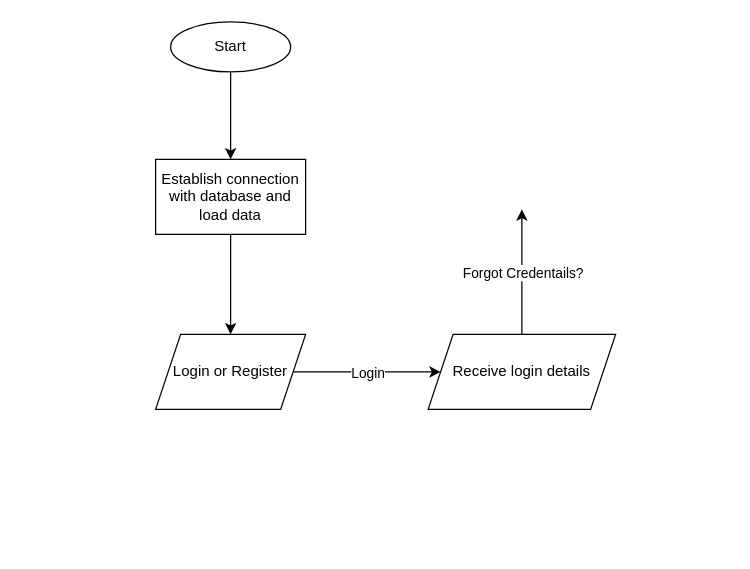
The draw.io diagram Untitled Diagram.drawio in acmpesuecc/GrowPal, before the edit. Source tidied: cells renumbered, new cells numbered last; positions are measured from the earlier drawing's top-left corner, leaving out a move shared by most shapes. Both pictures are drawn from the tidied source at 125%, with x=0, y=0 at pixel (155, 21).
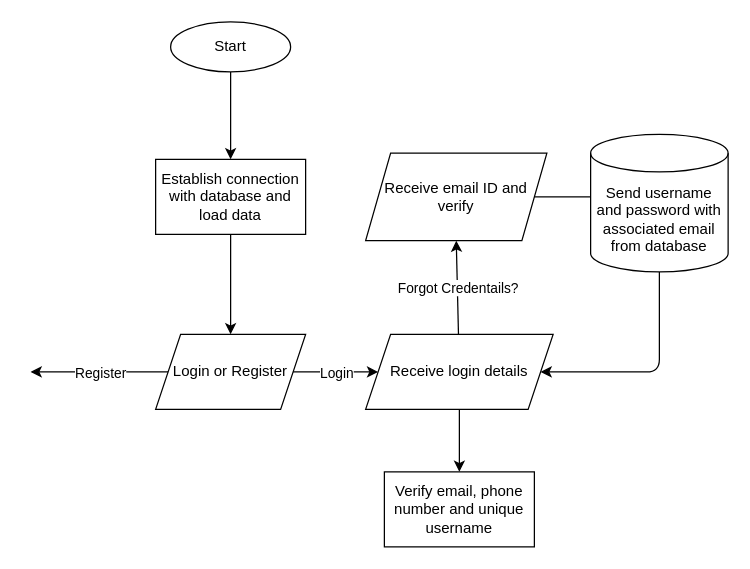
Above is the later version.

Unchanged cells that the change refers to:
```xml
<mxCell id="6" value="Login or Register" style="shape=parallelogram;perimeter=parallelogramPerimeter;whiteSpace=wrap;html=1;fixedSize=1;" parent="1" vertex="1">
  <mxGeometry y="250" width="120" height="60" as="geometry" />
</mxCell>
```

Change to the diagram source:
```diff
@@
+    <mxCell id="12" style="edgeStyle=orthogonalEdgeStyle;rounded=0;jettySize=auto;html=1;" parent="1" edge="1" source="7" target="17">
+      <mxGeometry relative="1" as="geometry" />
+    </mxCell>
     <mxCell id="7" value="Receive login details" style="shape=parallelogram;perimeter=parallelogramPerimeter;whiteSpace=wrap;html=1;fixedSize=1;" parent="1" vertex="1">
-      <mxGeometry x="218" y="250" width="150" height="60" as="geometry" />
+      <mxGeometry x="168" y="250" width="150" height="60" as="geometry" />
     </mxCell>
@@
-    <mxCell id="10" style="endArrow=classic;html=1;" parent="1" edge="1" source="7">
-      <mxGeometry relative="1" as="geometry">
-        <mxPoint x="293" y="150" as="targetPoint" />
-      </mxGeometry>
+    <mxCell id="10" style="endArrow=classic;html=1;entryX=0.5;entryY=1;entryDx=0;entryDy=0;" parent="1" edge="1" source="7" target="13">
+      <mxGeometry relative="1" as="geometry" />
     </mxCell>
@@
+    <mxCell id="13" value="Receive email ID and verify" style="shape=parallelogram;perimeter=parallelogramPerimeter;whiteSpace=wrap;html=1;fixedSize=1;" parent="1" vertex="1">
+      <mxGeometry x="168" y="105" width="145" height="70" as="geometry" />
+    </mxCell>
+    <mxCell id="14" style="endArrow=classic;html=1;" parent="1" edge="1" source="13">
+      <mxGeometry relative="1" as="geometry">
+        <mxPoint x="358" y="140" as="targetPoint" />
+      </mxGeometry>
+    </mxCell>
+    <mxCell id="15" value="Send username and password with associated email from database" style="shape=cylinder3;whiteSpace=wrap;html=1;boundedLbl=1;backgroundOutline=1;size=15;" parent="1" vertex="1">
+      <mxGeometry x="348" y="90" width="110" height="110" as="geometry" />
+    </mxCell>
+    <mxCell id="16" style="endArrow=classic;html=1;entryX=1;entryY=0.5;entryDx=0;entryDy=0;exitX=0.5;exitY=1;exitDx=0;exitDy=0;exitPerimeter=0;" parent="1" edge="1" source="15" target="7">
+      <mxGeometry relative="1" as="geometry">
+        <Array as="points">
+          <mxPoint x="403" y="280" />
+        </Array>
+      </mxGeometry>
+    </mxCell>
+    <mxCell id="17" value="Verify email, phone number and unique username" style="whiteSpace=wrap;html=1;" parent="1" vertex="1">
+      <mxGeometry x="183" y="360" width="120" height="60" as="geometry" />
+    </mxCell>
+    <mxCell id="18" style="endArrow=classic;html=1;" parent="1" edge="1" source="6">
+      <mxGeometry relative="1" as="geometry">
+        <mxPoint x="-100" y="280" as="targetPoint" />
+      </mxGeometry>
+    </mxCell>
+    <mxCell id="19" value="Register" style="edgeLabel;html=1;align=center;verticalAlign=middle;" parent="18" vertex="1">
+      <mxGeometry relative="1" as="geometry" />
+    </mxCell>
```
